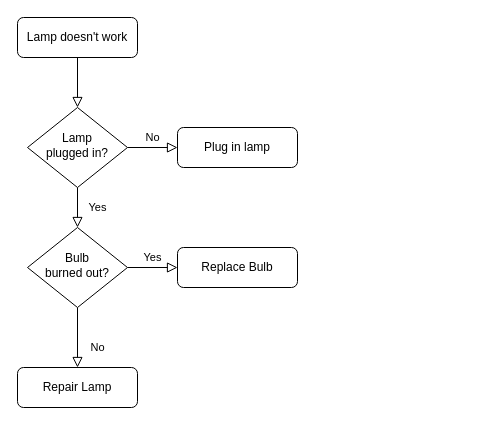
This is Untitled Diagram.drawio from tenyears94/test2, a draw.io file, before an edit. Source tidied: cells renumbered, new cells numbered last; positions are measured from the earlier drawing's top-left corner, leaving out a move shared by most shapes. Both pictures are drawn from the tidied source at 100%, with x=0, y=0 at pixel (17, 17).
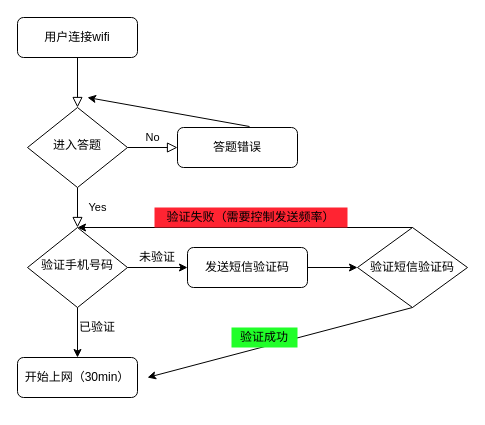
The same diagram, later.

Diff of the diagram source:
```diff
@@
-    <mxCell id="3" value="Lamp doesn't work" style="rounded=1;whiteSpace=wrap;html=1;fontSize=12;glass=0;strokeWidth=1;shadow=0;" parent="1" vertex="1">
+    <mxCell id="3" value="用户连接wifi" style="rounded=1;whiteSpace=wrap;html=1;fontSize=12;glass=0;strokeWidth=1;shadow=0;" parent="1" vertex="1">
       <mxGeometry width="120" height="40" as="geometry" />
     </mxCell>
@@
-    <mxCell id="6" value="Lamp&lt;br&gt;plugged in?" style="rhombus;whiteSpace=wrap;html=1;shadow=0;fontFamily=Helvetica;fontSize=12;align=center;strokeWidth=1;spacing=6;spacingTop=-4;" parent="1" vertex="1">
+    <mxCell id="6" value="进入答题" style="rhombus;whiteSpace=wrap;html=1;shadow=0;fontFamily=Helvetica;fontSize=12;align=center;strokeWidth=1;spacing=6;spacingTop=-4;" parent="1" vertex="1">
       <mxGeometry x="10" y="90" width="100" height="80" as="geometry" />
     </mxCell>
-    <mxCell id="7" value="Plug in lamp" style="rounded=1;whiteSpace=wrap;html=1;fontSize=12;glass=0;strokeWidth=1;shadow=0;" parent="1" vertex="1">
+    <mxCell id="7" value="答题错误" style="rounded=1;whiteSpace=wrap;html=1;fontSize=12;glass=0;strokeWidth=1;shadow=0;" parent="1" vertex="1">
       <mxGeometry x="160" y="110" width="120" height="40" as="geometry" />
     </mxCell>
-    <mxCell id="8" value="No" style="rounded=0;html=1;jettySize=auto;fontSize=11;endArrow=block;endFill=0;endSize=8;strokeWidth=1;shadow=0;labelBackgroundColor=none;edgeStyle=orthogonalEdgeStyle;" parent="1" edge="1" source="10" target="11">
-      <mxGeometry x="0.33" y="20" relative="1" as="geometry" />
-    </mxCell>
-    <mxCell id="9" value="Yes" style="edgeStyle=orthogonalEdgeStyle;rounded=0;html=1;jettySize=auto;fontSize=11;endArrow=block;endFill=0;endSize=8;strokeWidth=1;shadow=0;labelBackgroundColor=none;" parent="1" edge="1" source="10" target="12">
-      <mxGeometry y="10" relative="1" as="geometry" />
-    </mxCell>
-    <mxCell id="10" value="Bulb&lt;br&gt;burned out?" style="rhombus;whiteSpace=wrap;html=1;shadow=0;fontFamily=Helvetica;fontSize=12;align=center;strokeWidth=1;spacing=6;spacingTop=-4;" parent="1" vertex="1">
+    <mxCell id="10" value="验证手机号码" style="rhombus;whiteSpace=wrap;html=1;shadow=0;fontFamily=Helvetica;fontSize=12;align=center;strokeWidth=1;spacing=6;spacingTop=-4;" parent="1" vertex="1">
       <mxGeometry x="10" y="210" width="100" height="80" as="geometry" />
     </mxCell>
-    <mxCell id="11" value="Repair Lamp" style="rounded=1;whiteSpace=wrap;html=1;fontSize=12;glass=0;strokeWidth=1;shadow=0;" parent="1" vertex="1">
-      <mxGeometry y="350" width="120" height="40" as="geometry" />
-    </mxCell>
-    <mxCell id="12" value="Replace Bulb" style="rounded=1;whiteSpace=wrap;html=1;fontSize=12;glass=0;strokeWidth=1;shadow=0;" parent="1" vertex="1">
-      <mxGeometry x="160" y="230" width="120" height="40" as="geometry" />
-    </mxCell>
+    <mxCell id="13" style="endArrow=classic;html=1;exitX=0.6;exitY=-0.025;exitDx=0;exitDy=0;exitPerimeter=0;" parent="1" edge="1" source="7">
+      <mxGeometry relative="1" as="geometry">
+        <mxPoint x="70" y="80" as="targetPoint" />
+      </mxGeometry>
+    </mxCell>
+    <mxCell id="14" style="endArrow=classic;html=1;exitX=0.5;exitY=1;exitDx=0;exitDy=0;" parent="1" edge="1" source="10">
+      <mxGeometry relative="1" as="geometry">
+        <mxPoint x="60" y="340" as="targetPoint" />
+      </mxGeometry>
+    </mxCell>
+    <mxCell id="15" value="已验证" style="text;html=1;strokeColor=none;fillColor=none;align=center;verticalAlign=middle;whiteSpace=wrap;rounded=0;" parent="1" vertex="1">
+      <mxGeometry x="60" y="300" width="40" height="20" as="geometry" />
+    </mxCell>
+    <mxCell id="16" value="开始上网（30min）" style="rounded=1;whiteSpace=wrap;html=1;" parent="1" vertex="1">
+      <mxGeometry y="340" width="120" height="40" as="geometry" />
+    </mxCell>
+    <mxCell id="17" style="endArrow=classic;html=1;exitX=1;exitY=0.5;exitDx=0;exitDy=0;" parent="1" edge="1" source="10" target="18">
+      <mxGeometry relative="1" as="geometry" />
+    </mxCell>
+    <mxCell id="18" value="发送短信验证码" style="rounded=1;whiteSpace=wrap;html=1;" parent="1" vertex="1">
+      <mxGeometry x="170" y="230" width="120" height="40" as="geometry" />
+    </mxCell>
+    <mxCell id="19" value="未验证" style="text;html=1;strokeColor=none;fillColor=none;align=center;verticalAlign=middle;whiteSpace=wrap;rounded=0;" parent="1" vertex="1">
+      <mxGeometry x="120" y="230" width="40" height="20" as="geometry" />
+    </mxCell>
+    <mxCell id="20" style="endArrow=classic;html=1;exitX=1;exitY=0.5;exitDx=0;exitDy=0;" parent="1" edge="1" source="18">
+      <mxGeometry relative="1" as="geometry">
+        <mxPoint x="340" y="250" as="targetPoint" />
+      </mxGeometry>
+    </mxCell>
+    <mxCell id="21" value="验证短信验证码" style="rhombus;whiteSpace=wrap;html=1;" parent="1" vertex="1">
+      <mxGeometry x="340" y="210" width="110" height="80" as="geometry" />
+    </mxCell>
+    <mxCell id="22" style="endArrow=classic;html=1;exitX=0.5;exitY=1;exitDx=0;exitDy=0;" parent="1" edge="1" source="21">
+      <mxGeometry relative="1" as="geometry">
+        <mxPoint x="130" y="360" as="targetPoint" />
+      </mxGeometry>
+    </mxCell>
+    <mxCell id="23" value="验证成功" style="text;html=1;strokeColor=none;fillColor=#21FF29;align=center;verticalAlign=middle;whiteSpace=wrap;rounded=0;" parent="1" vertex="1">
+      <mxGeometry x="214" y="310" width="66" height="20" as="geometry" />
+    </mxCell>
+    <mxCell id="24" style="endArrow=classic;html=1;exitX=0.5;exitY=0;exitDx=0;exitDy=0;" parent="1" edge="1" source="21">
+      <mxGeometry relative="1" as="geometry">
+        <mxPoint x="60" y="210" as="targetPoint" />
+      </mxGeometry>
+    </mxCell>
+    <mxCell id="25" value="验证失败（需要控制发送频率）" style="text;html=1;strokeColor=none;fillColor=#FF2432;align=center;verticalAlign=middle;whiteSpace=wrap;rounded=0;" parent="1" vertex="1">
+      <mxGeometry x="137" y="190" width="193" height="20" as="geometry" />
+    </mxCell>
```
